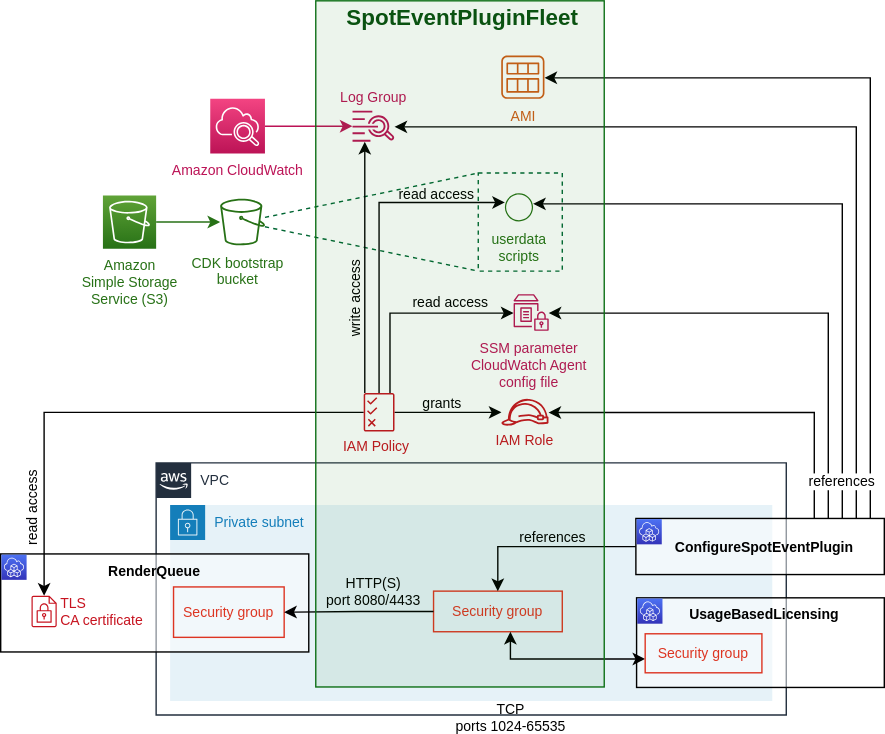
The draw.io diagram packages/aws-rfdk/docs/diagrams/deadline/SpotEventPluginFleet.svg in aws/aws-rfdk, before a commit. Source tidied: cells renumbered, new cells last; positions are measured from the earlier drawing's top-left corner, leaving out a move shared by most shapes.
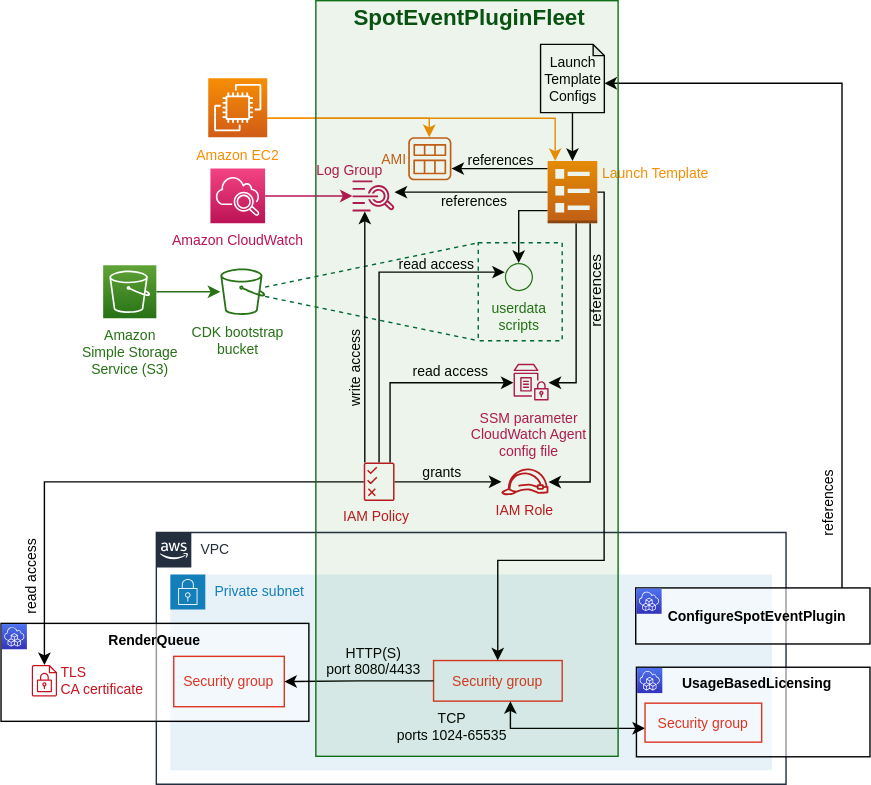
The same diagram one commit later.

Commit message:
update architecture diagram for SpotEventPluginFleet

Diff of the diagram source:
```diff
@@ -1,4 +1,4 @@
-<mxGraphModel>
+<mxGraphModel background="#FFFFFF">
   <root>
     <mxCell id="0" />
     <mxCell id="1" parent="0" />
@@ -20,7 +20,7 @@
     <mxCell id="7" value="Security group" style="fillColor=none;strokeColor=#DD3522;verticalAlign=middle;fontStyle=0;fontColor=#DD3522;fontSize=10;" parent="1" vertex="1">
       <mxGeometry x="309.1" y="421.6" width="91.9" height="29" as="geometry" />
     </mxCell>
-    <mxCell id="8" style="edgeStyle=elbowEdgeStyle;rounded=0;jettySize=auto;html=1;labelBackgroundColor=none;fontSize=10;startArrow=none;startFill=0;fontColor=#BC1356;strokeColor=#BC1356;" parent="1" edge="1" source="9" target="36">
+    <mxCell id="8" style="edgeStyle=elbowEdgeStyle;rounded=0;jettySize=auto;html=1;labelBackgroundColor=none;fontSize=10;startArrow=none;startFill=0;fontColor=#BC1356;strokeColor=#BC1356;" parent="1" edge="1" source="9" target="31">
       <mxGeometry relative="1" as="geometry" />
     </mxCell>
     <mxCell id="9" value="Amazon CloudWatch" style="points=[[0,0,0],[0.25,0,0],[0.5,0,0],[0.75,0,0],[1,0,0],[0,1,0],[0.25,1,0],[0.5,1,0],[0.75,1,0],[1,1,0],[0,0.25,0],[0,0.5,0],[0,0.75,0],[1,0.25,0],[1,0.5,0],[1,0.75,0]];points=[[0,0,0],[0.25,0,0],[0.5,0,0],[0.75,0,0],[1,0,0],[0,1,0],[0.25,1,0],[0.5,1,0],[0.75,1,0],[1,1,0],[0,0.25,0],[0,0.5,0],[0,0.75,0],[1,0.25,0],[1,0.5,0],[1,0.75,0]];outlineConnect=0;gradientColor=#F34482;gradientDirection=north;fillColor=#BC1356;strokeColor=#ffffff;dashed=0;verticalLabelPosition=bottom;verticalAlign=top;align=center;html=1;fontSize=10;fontStyle=0;shape=mxgraph.aws4.resourceIcon;resIcon=mxgraph.aws4.cloudwatch_2;labelBackgroundColor=none;fontColor=#BC1356;" parent="1" vertex="1">
@@ -55,9 +55,9 @@
       <mxGeometry x="357.4" y="284.3" width="33.9" height="19.1" as="geometry" />
     </mxCell>
     <mxCell id="18" value="UsageBasedLicensing" style="rounded=0;whiteSpace=wrap;html=1;fontSize=10;spacingLeft=6;verticalAlign=top;fillOpacity=50;fontStyle=1;" parent="1" vertex="1">
-      <mxGeometry x="454.1" y="426.3" width="176.9" height="64" as="geometry" />
+      <mxGeometry x="454.1" y="426.3" width="166.9" height="64" as="geometry" />
     </mxCell>
-    <mxCell id="19" value="TCP&lt;br&gt;ports 1024-65535" style="edgeStyle=orthogonalEdgeStyle;rounded=0;jettySize=auto;html=1;labelBackgroundColor=none;fontSize=10;startArrow=classic;startFill=1;" parent="1" edge="1" source="7" target="39">
+    <mxCell id="19" value="TCP&lt;br&gt;ports 1024-65535" style="edgeStyle=orthogonalEdgeStyle;rounded=0;jettySize=auto;html=1;labelBackgroundColor=none;fontSize=10;startArrow=classic;startFill=1;" parent="1" edge="1" source="7" target="34">
       <mxGeometry x="-0.68" y="-42" relative="1" as="geometry">
         <Array as="points">
           <mxPoint x="364" y="470" />
@@ -74,7 +74,7 @@
         </Array>
       </mxGeometry>
     </mxCell>
-    <mxCell id="22" value="write access" style="edgeStyle=orthogonalEdgeStyle;rounded=0;jettySize=auto;html=1;labelBackgroundColor=none;fontSize=10;horizontal=0;" parent="1" edge="1" source="23" target="36">
+    <mxCell id="22" value="write access" style="edgeStyle=orthogonalEdgeStyle;rounded=0;jettySize=auto;html=1;labelBackgroundColor=none;fontSize=10;horizontal=0;" parent="1" edge="1" source="23" target="31">
       <mxGeometry x="-0.25" y="7" relative="1" as="geometry">
         <Array as="points">
           <mxPoint x="260" y="170" />
@@ -97,74 +97,108 @@
     <mxCell id="27" style="fontColor=#232F3E;gradientColor=#4D72F3;gradientDirection=north;fillColor=#3334B9;strokeColor=#ffffff;dashed=0;verticalLabelPosition=bottom;verticalAlign=top;align=center;html=1;fontSize=12;fontStyle=0;shape=mxgraph.aws4.resourceIcon;resIcon=mxgraph.aws4.cloud_development_kit;labelBackgroundColor=none;" parent="1" vertex="1">
       <mxGeometry x="0.5" y="395.5" width="18" height="18" as="geometry" />
     </mxCell>
-    <mxCell id="28" value="references" style="edgeStyle=orthogonalEdgeStyle;rounded=0;jettySize=auto;html=1;labelBackgroundColor=none;fontSize=10;startArrow=none;startFill=0;" parent="1" edge="1" source="34" target="7">
-      <mxGeometry x="-0.08" y="-7" relative="1" as="geometry">
+    <mxCell id="28" value="references" style="edgeStyle=orthogonalEdgeStyle;rounded=0;jettySize=auto;html=1;fontSize=10;horizontal=0;" parent="1" edge="1" source="29" target="46">
+      <mxGeometry x="-0.77" y="10" relative="1" as="geometry">
         <Array as="points">
-          <mxPoint x="355" y="390" />
+          <mxPoint x="601" y="9" />
         </Array>
       </mxGeometry>
     </mxCell>
-    <mxCell id="29" style="rounded=0;jettySize=auto;html=1;labelBackgroundColor=none;fontSize=10;startArrow=none;startFill=0;edgeStyle=orthogonalEdgeStyle;" parent="1" edge="1" source="34" target="24">
-      <mxGeometry x="0.3" y="-8" relative="1" as="geometry">
-        <Array as="points">
-          <mxPoint x="601" y="145" />
-        </Array>
-      </mxGeometry>
+    <mxCell id="29" value="ConfigureSpotEventPlugin" style="rounded=0;whiteSpace=wrap;html=1;fontSize=10;spacingLeft=6;verticalAlign=middle;fillOpacity=50;fontStyle=1;" parent="1" vertex="1">
+      <mxGeometry x="453.6" y="369.7" width="167.4" height="40.1" as="geometry" />
     </mxCell>
-    <mxCell id="30" style="edgeStyle=orthogonalEdgeStyle;rounded=0;jettySize=auto;html=1;labelBackgroundColor=none;fontSize=10;startArrow=none;startFill=0;" parent="1" edge="1" source="34" target="17">
-      <mxGeometry x="-0.07" y="-8" relative="1" as="geometry">
-        <Array as="points">
-          <mxPoint x="581" y="294" />
-        </Array>
-      </mxGeometry>
+    <mxCell id="30" style="fontColor=#232F3E;gradientColor=#4D72F3;gradientDirection=north;fillColor=#3334B9;strokeColor=#ffffff;dashed=0;verticalLabelPosition=bottom;verticalAlign=top;align=center;html=1;fontSize=12;fontStyle=0;shape=mxgraph.aws4.resourceIcon;resIcon=mxgraph.aws4.cloud_development_kit;labelBackgroundColor=none;" parent="1" vertex="1">
+      <mxGeometry x="454.1" y="370.1" width="18" height="18" as="geometry" />
     </mxCell>
-    <mxCell id="31" style="edgeStyle=orthogonalEdgeStyle;rounded=0;jettySize=auto;html=1;labelBackgroundColor=none;fontSize=10;startArrow=none;startFill=0;" parent="1" edge="1" source="34" target="36">
-      <mxGeometry x="0.16" y="-7" relative="1" as="geometry">
-        <Array as="points">
-          <mxPoint x="611" y="90" />
-        </Array>
-      </mxGeometry>
+    <mxCell id="31" value="Log Group" style="outlineConnect=0;gradientColor=none;fillColor=#BC1356;strokeColor=none;dashed=0;verticalLabelPosition=top;verticalAlign=bottom;align=right;html=1;fontSize=10;fontStyle=0;shape=mxgraph.aws4.logs;labelBackgroundColor=none;labelPosition=left;fontColor=#BC1356;spacing=0;spacingRight=-21;" parent="1" vertex="1">
+      <mxGeometry x="251.2" y="78.4" width="30" height="22.3" as="geometry" />
     </mxCell>
-    <mxCell id="32" style="edgeStyle=orthogonalEdgeStyle;rounded=0;jettySize=auto;html=1;labelBackgroundColor=none;fontSize=10;startArrow=none;startFill=0;" parent="1" edge="1" source="34" target="13">
-      <mxGeometry x="0.17" y="-7" relative="1" as="geometry">
-        <Array as="points">
-          <mxPoint x="591" y="223" />
-        </Array>
-      </mxGeometry>
+    <mxCell id="32" value="Security group" style="fillColor=none;strokeColor=#DD3522;verticalAlign=middle;fontStyle=0;fontColor=#DD3522;fontSize=10;" parent="1" vertex="1">
+      <mxGeometry x="123.4" y="418.6" width="79" height="36" as="geometry" />
     </mxCell>
-    <mxCell id="33" style="edgeStyle=orthogonalEdgeStyle;rounded=0;jettySize=auto;html=1;labelBackgroundColor=none;fontSize=10;fontColor=#000000;strokeColor=#000000;" parent="1" edge="1" source="34" target="40">
-      <mxGeometry x="0.49" y="-9" relative="1" as="geometry">
-        <Array as="points">
-          <mxPoint x="621" y="55" />
-        </Array>
-      </mxGeometry>
+    <mxCell id="33" value="HTTP(S)&lt;br&gt;port 8080/4433" style="rounded=0;jettySize=auto;html=1;labelBackgroundColor=none;fontSize=10;startArrow=none;startFill=0;edgeStyle=orthogonalEdgeStyle;" parent="1" edge="1" source="7" target="32">
+      <mxGeometry x="-0.2" y="-14" relative="1" as="geometry" />
     </mxCell>
-    <mxCell id="34" value="ConfigureSpotEventPlugin" style="rounded=0;whiteSpace=wrap;html=1;fontSize=10;spacingLeft=6;verticalAlign=middle;fillOpacity=50;fontStyle=1;" parent="1" vertex="1">
-      <mxGeometry x="453.6" y="369.7" width="177.4" height="40.1" as="geometry" />
+    <mxCell id="34" value="Security group" style="fillColor=none;strokeColor=#DD3522;verticalAlign=middle;fontStyle=0;fontColor=#DD3522;fontSize=10;" parent="1" vertex="1">
+      <mxGeometry x="460.2" y="452" width="83.4" height="27.9" as="geometry" />
     </mxCell>
-    <mxCell id="35" style="points=[[0,0,0],[0.25,0,0],[0.5,0,0],[0.75,0,0],[1,0,0],[0,1,0],[0.25,1,0],[0.5,1,0],[0.75,1,0],[1,1,0],[0,0.25,0],[0,0.5,0],[0,0.75,0],[1,0.25,0],[1,0.5,0],[1,0.75,0]];outlineConnect=0;fontColor=#232F3E;gradientColor=#4D72F3;gradientDirection=north;fillColor=#3334B9;strokeColor=#ffffff;dashed=0;verticalLabelPosition=bottom;verticalAlign=top;align=center;html=1;fontSize=12;fontStyle=0;shape=mxgraph.aws4.resourceIcon;resIcon=mxgraph.aws4.cloud_development_kit;labelBackgroundColor=none;" parent="1" vertex="1">
-      <mxGeometry x="454.1" y="370.1" width="18" height="18" as="geometry" />
+    <mxCell id="35" value="AMI" style="outlineConnect=0;gradientColor=none;fillColor=#D05C17;strokeColor=none;dashed=0;verticalLabelPosition=middle;verticalAlign=middle;align=right;html=1;fontSize=10;fontStyle=0;shape=mxgraph.aws4.ami;labelBackgroundColor=none;fontColor=#D05C17;labelPosition=left;" parent="1" vertex="1">
+      <mxGeometry x="291" y="47.5" width="30.9" height="30.9" as="geometry" />
     </mxCell>
-    <mxCell id="36" value="Log Group" style="outlineConnect=0;gradientColor=none;fillColor=#BC1356;strokeColor=none;dashed=0;verticalLabelPosition=top;verticalAlign=bottom;align=center;html=1;fontSize=10;fontStyle=0;shape=mxgraph.aws4.logs;labelBackgroundColor=none;labelPosition=center;fontColor=#BC1356;" parent="1" vertex="1">
-      <mxGeometry x="251.2" y="78.4" width="30" height="22.3" as="geometry" />
+    <mxCell id="36" style="edgeStyle=orthogonalEdgeStyle;rounded=0;jettySize=auto;html=1;fontSize=10;strokeColor=#F78E04;" parent="1" edge="1" source="38" target="47">
+      <mxGeometry relative="1" as="geometry">
+        <Array as="points">
+          <mxPoint x="396" y="34" />
+        </Array>
+      </mxGeometry>
     </mxCell>
-    <mxCell id="37" value="Security group" style="fillColor=none;strokeColor=#DD3522;verticalAlign=middle;fontStyle=0;fontColor=#DD3522;fontSize=10;" parent="1" vertex="1">
-      <mxGeometry x="123.4" y="418.6" width="79" height="36" as="geometry" />
+    <mxCell id="37" style="edgeStyle=orthogonalEdgeStyle;rounded=0;jettySize=auto;html=1;fontSize=10;strokeColor=#F78E04;" parent="1" edge="1" source="38" target="35">
+      <mxGeometry relative="1" as="geometry">
+        <Array as="points">
+          <mxPoint x="306" y="34" />
+        </Array>
+      </mxGeometry>
     </mxCell>
-    <mxCell id="38" value="HTTP(S)&lt;br&gt;port 8080/4433" style="rounded=0;jettySize=auto;html=1;labelBackgroundColor=none;fontSize=10;startArrow=none;startFill=0;edgeStyle=orthogonalEdgeStyle;" parent="1" edge="1" source="7" target="37">
-      <mxGeometry x="-0.2" y="-14" relative="1" as="geometry" />
+    <mxCell id="38" value="Amazon EC2" style="points=[[0,0,0],[0.25,0,0],[0.5,0,0],[0.75,0,0],[1,0,0],[0,1,0],[0.25,1,0],[0.5,1,0],[0.75,1,0],[1,1,0],[0,0.25,0],[0,0.5,0],[0,0.75,0],[1,0.25,0],[1,0.5,0],[1,0.75,0]];outlineConnect=0;gradientColor=#F78E04;gradientDirection=north;fillColor=#D05C17;strokeColor=#ffffff;dashed=0;verticalLabelPosition=bottom;verticalAlign=top;align=center;html=1;fontSize=10;fontStyle=0;shape=mxgraph.aws4.resourceIcon;resIcon=mxgraph.aws4.ec2;fontColor=#F78E04;" parent="1" vertex="1">
+      <mxGeometry x="148.1" y="5.3" width="42.2" height="42.2" as="geometry" />
     </mxCell>
-    <mxCell id="39" value="Security group" style="fillColor=none;strokeColor=#DD3522;verticalAlign=middle;fontStyle=0;fontColor=#DD3522;fontSize=10;" parent="1" vertex="1">
-      <mxGeometry x="460.2" y="452" width="83.4" height="27.9" as="geometry" />
+    <mxCell id="39" style="edgeStyle=orthogonalEdgeStyle;rounded=0;jumpStyle=none;jettySize=auto;html=1;" parent="1" edge="1" source="47" target="7">
+      <mxGeometry relative="1" as="geometry">
+        <Array as="points">
+          <mxPoint x="431" y="87" />
+          <mxPoint x="431" y="350" />
+          <mxPoint x="355" y="350" />
+        </Array>
+      </mxGeometry>
     </mxCell>
-    <mxCell id="40" value="AMI" style="outlineConnect=0;gradientColor=none;fillColor=#D05C17;strokeColor=none;dashed=0;verticalLabelPosition=bottom;verticalAlign=top;align=center;html=1;fontSize=10;fontStyle=0;shape=mxgraph.aws4.ami;labelBackgroundColor=none;fontColor=#D05C17;" parent="1" vertex="1">
-      <mxGeometry x="357.4" y="39.1" width="30.9" height="30.9" as="geometry" />
+    <mxCell id="40" value="references" style="edgeStyle=orthogonalEdgeStyle;rounded=0;jumpStyle=none;jettySize=auto;html=1;labelBackgroundColor=none;fontSize=10;" parent="1" edge="1" source="47" target="35">
+      <mxGeometry x="-0.02" y="-6" relative="1" as="geometry">
+        <Array as="points">
+          <mxPoint x="371" y="70" />
+          <mxPoint x="371" y="70" />
+        </Array>
+      </mxGeometry>
     </mxCell>
-    <mxCell id="41" value="references" style="text;html=1;strokeColor=none;fillColor=none;align=center;verticalAlign=middle;whiteSpace=wrap;rounded=0;labelBackgroundColor=#ffffff;fontSize=10;fontColor=#000000;" parent="1" vertex="1">
-      <mxGeometry x="571" y="333" width="60" height="20" as="geometry" />
+    <mxCell id="41" style="edgeStyle=orthogonalEdgeStyle;rounded=0;jumpStyle=none;jettySize=auto;html=1;" parent="1" edge="1" source="47" target="24">
+      <mxGeometry relative="1" as="geometry">
+        <Array as="points">
+          <mxPoint x="370" y="100" />
+        </Array>
+      </mxGeometry>
     </mxCell>
-    <mxCell id="42" value="SpotEventPluginFleet" style="rounded=0;whiteSpace=wrap;html=1;labelBackgroundColor=none;fontSize=16;verticalAlign=bottom;labelPosition=center;verticalLabelPosition=top;align=center;spacingTop=0;spacing=0;spacingBottom=-22;spacingLeft=4;fontColor=#0A5211;fillOpacity=8;fillColor=#0E7017;strokeColor=#0E7017;strokeOpacity=100;fontStyle=1;" parent="1" vertex="1">
-      <mxGeometry x="225" width="206" height="490" as="geometry" />
+    <mxCell id="42" value="references" style="edgeStyle=orthogonalEdgeStyle;rounded=0;jumpStyle=none;jettySize=auto;html=1;labelBackgroundColor=none;horizontal=0;" parent="1" edge="1" source="47" target="17">
+      <mxGeometry x="-0.54" y="4" relative="1" as="geometry">
+        <Array as="points">
+          <mxPoint x="421" y="294" />
+        </Array>
+      </mxGeometry>
     </mxCell>
+    <mxCell id="43" value="references" style="edgeStyle=orthogonalEdgeStyle;rounded=0;jumpStyle=none;jettySize=auto;html=1;fontSize=10;labelBackgroundColor=none;" parent="1" edge="1" source="47" target="31">
+      <mxGeometry x="-0.04" y="6" relative="1" as="geometry">
+        <Array as="points">
+          <mxPoint x="391" y="90" />
+          <mxPoint x="391" y="90" />
+        </Array>
+      </mxGeometry>
+    </mxCell>
+    <mxCell id="44" style="edgeStyle=orthogonalEdgeStyle;rounded=0;jumpStyle=none;jettySize=auto;html=1;labelBackgroundColor=none;horizontal=0;" parent="1" edge="1" source="47" target="13">
+      <mxGeometry x="-0.07" y="5" relative="1" as="geometry">
+        <Array as="points">
+          <mxPoint x="411" y="223" />
+        </Array>
+      </mxGeometry>
+    </mxCell>
+    <mxCell id="45" style="edgeStyle=orthogonalEdgeStyle;rounded=0;jumpStyle=arc;jettySize=auto;html=1;endArrow=classic;endFill=1;fontSize=10;labelBackgroundColor=none;horizontal=0;" parent="1" edge="1" source="46" target="47">
+      <mxGeometry x="0.39" y="6" relative="1" as="geometry" />
+    </mxCell>
+    <mxCell id="46" value="Launch Template Configs" style="shape=note;whiteSpace=wrap;html=1;backgroundOutline=1;darkOpacity=0.05;fontSize=10;align=center;verticalAlign=middle;size=8;" parent="1" vertex="1">
+      <mxGeometry x="385.6" y="-18.8" width="45.6" height="48.8" as="geometry" />
+    </mxCell>
+    <mxCell id="47" value="Launch Template" style="outlineConnect=0;dashed=0;verticalLabelPosition=top;verticalAlign=bottom;align=left;html=1;shape=mxgraph.aws3.template;fontSize=10;fillColor=#D05C17;gradientColor=#F78E04;gradientDirection=north;labelPosition=right;horizontal=1;spacing=0;spacingTop=0;spacingLeft=4;spacingBottom=-15;fontColor=#F78E04;" parent="1" vertex="1">
+      <mxGeometry x="390.6" y="64.6" width="35.5" height="44.5" as="geometry" />
+    </mxCell>
+    <mxCell id="48" value="SpotEventPluginFleet" style="rounded=0;whiteSpace=wrap;html=1;labelBackgroundColor=none;fontSize=16;verticalAlign=bottom;labelPosition=center;verticalLabelPosition=top;align=center;spacingTop=0;spacing=0;spacingBottom=-22;spacingLeft=4;fontColor=#0A5211;fillOpacity=8;fillColor=#0E7017;strokeColor=#0E7017;strokeOpacity=100;fontStyle=1;" parent="1" vertex="1">
+      <mxGeometry x="225" y="-50" width="216" height="540" as="geometry" />
+    </mxCell>
   </root>
 </mxGraphModel>
```
